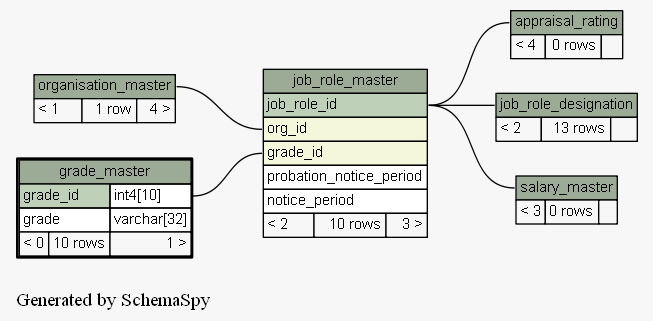
This is docs/database/schemaspy/graphs/grade_master.2degrees.png from engineerscraft/hrms, a Graphviz export, as it was before one commit. Its source is kept beside it as docs/database/schemaspy/graphs/grade_master.2degrees.dot. Its diagram source:
```dot
digraph "twoDegreesRelationshipsGraph" {
  graph [
    rankdir="RL"
    bgcolor="#f7f7f7"
    label="\nGenerated by SchemaSpy"
    labeljust="l"
  ];
  node [
    fontname="Helvetica"
    fontsize="11"
    shape="plaintext"
  ];
  edge [
    arrowsize="0.8"
  ];
  "appraisal_rating":"appraisal_rating.heading":w -> "job_role_master":"job_role_id":e [arrowtail=crowodot arrowhead=none];
  "job_role_designation":"job_role_designation.heading":w -> "job_role_master":"job_role_id":e [arrowtail=crowtee arrowhead=none];
  "job_role_master":"grade_id":w -> "grade_master":"grade_id.type":e [arrowtail=crowtee arrowhead=none];
  "job_role_master":"org_id":w -> "organisation_master":"organisation_master.heading":e [arrowtail=crowtee arrowhead=none];
  "salary_master":"salary_master.heading":w -> "job_role_master":"job_role_id":e [arrowtail=crowtee arrowhead=none];
  "appraisal_rating" [
    label=<
    <TABLE BORDER="0" CELLBORDER="1" CELLSPACING="0" BGCOLOR="#ffffff">
      <TR><TD PORT="appraisal_rating.heading" COLSPAN="3" BGCOLOR="#9bab96" ALIGN="CENTER">appraisal_rating</TD></TR>
      <TR><TD ALIGN="LEFT" BGCOLOR="#f7f7f7">&lt; 4</TD><TD ALIGN="RIGHT" BGCOLOR="#f7f7f7">0 rows</TD><TD ALIGN="RIGHT" BGCOLOR="#f7f7f7">  </TD></TR>
    </TABLE>>
    URL="appraisal_rating.html#graph"
    tooltip="appraisal_rating"
  ];
  "grade_master" [
    label=<
    <TABLE BORDER="2" CELLBORDER="1" CELLSPACING="0" BGCOLOR="#ffffff">
      <TR><TD PORT="grade_master.heading" COLSPAN="3" BGCOLOR="#9bab96" ALIGN="CENTER">grade_master</TD></TR>
      <TR><TD PORT="grade_id" COLSPAN="2" BGCOLOR="#bed1b8" ALIGN="LEFT">grade_id</TD><TD PORT="grade_id.type" ALIGN="LEFT">int4[10]</TD></TR>
      <TR><TD PORT="grade" COLSPAN="2" ALIGN="LEFT">grade</TD><TD PORT="grade.type" ALIGN="LEFT">varchar[32]</TD></TR>
      <TR><TD ALIGN="LEFT" BGCOLOR="#f7f7f7">&lt; 0</TD><TD ALIGN="RIGHT" BGCOLOR="#f7f7f7">10 rows</TD><TD ALIGN="RIGHT" BGCOLOR="#f7f7f7">1 &gt;</TD></TR>
    </TABLE>>
    URL="grade_master.html#"
    tooltip="grade_master"
  ];
  "job_role_designation" [
    label=<
    <TABLE BORDER="0" CELLBORDER="1" CELLSPACING="0" BGCOLOR="#ffffff">
      <TR><TD PORT="job_role_designation.heading" COLSPAN="3" BGCOLOR="#9bab96" ALIGN="CENTER">job_role_designation</TD></TR>
      <TR><TD ALIGN="LEFT" BGCOLOR="#f7f7f7">&lt; 2</TD><TD ALIGN="RIGHT" BGCOLOR="#f7f7f7">13 rows</TD><TD ALIGN="RIGHT" BGCOLOR="#f7f7f7">  </TD></TR>
    </TABLE>>
    URL="job_role_designation.html#graph"
    tooltip="job_role_designation"
  ];
  "job_role_master" [
    label=<
    <TABLE BORDER="0" CELLBORDER="1" CELLSPACING="0" BGCOLOR="#ffffff">
      <TR><TD PORT="job_role_master.heading" COLSPAN="3" BGCOLOR="#9bab96" ALIGN="CENTER">job_role_master</TD></TR>
      <TR><TD PORT="job_role_id" COLSPAN="3" BGCOLOR="#bed1b8" ALIGN="LEFT">job_role_id</TD></TR>
      <TR><TD PORT="org_id" COLSPAN="3" BGCOLOR="#f4f7da" ALIGN="LEFT">org_id</TD></TR>
      <TR><TD PORT="grade_id" COLSPAN="3" BGCOLOR="#f4f7da" ALIGN="LEFT">grade_id</TD></TR>
      <TR><TD PORT="probation_notice_period" COLSPAN="3" ALIGN="LEFT">probation_notice_period</TD></TR>
      <TR><TD PORT="notice_period" COLSPAN="3" ALIGN="LEFT">notice_period</TD></TR>
      <TR><TD ALIGN="LEFT" BGCOLOR="#f7f7f7">&lt; 2</TD><TD ALIGN="RIGHT" BGCOLOR="#f7f7f7">10 rows</TD><TD ALIGN="RIGHT" BGCOLOR="#f7f7f7">3 &gt;</TD></TR>
    </TABLE>>
    URL="job_role_master.html#graph"
    tooltip="job_role_master"
  ];
  "organisation_master" [
    label=<
    <TABLE BORDER="0" CELLBORDER="1" CELLSPACING="0" BGCOLOR="#ffffff">
      <TR><TD PORT="organisation_master.heading" COLSPAN="3" BGCOLOR="#9bab96" ALIGN="CENTER">organisation_master</TD></TR>
      <TR><TD ALIGN="LEFT" BGCOLOR="#f7f7f7">&lt; 1</TD><TD ALIGN="RIGHT" BGCOLOR="#f7f7f7">1 row</TD><TD ALIGN="RIGHT" BGCOLOR="#f7f7f7">4 &gt;</TD></TR>
    </TABLE>>
    URL="organisation_master.html#graph"
    tooltip="organisation_master"
  ];
  "salary_master" [
    label=<
    <TABLE BORDER="0" CELLBORDER="1" CELLSPACING="0" BGCOLOR="#ffffff">
      <TR><TD PORT="salary_master.heading" COLSPAN="3" BGCOLOR="#9bab96" ALIGN="CENTER">salary_master</TD></TR>
      <TR><TD ALIGN="LEFT" BGCOLOR="#f7f7f7">&lt; 3</TD><TD ALIGN="RIGHT" BGCOLOR="#f7f7f7">0 rows</TD><TD ALIGN="RIGHT" BGCOLOR="#f7f7f7">  </TD></TR>
    </TABLE>>
    URL="salary_master.html#graph"
    tooltip="salary_master"
  ];
}
```
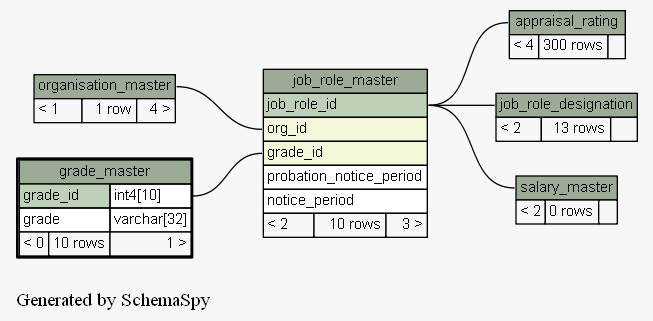
After the change.

Change to the diagram source:
```diff
@@ -22,7 +22,7 @@
     label=<
     <TABLE BORDER="0" CELLBORDER="1" CELLSPACING="0" BGCOLOR="#ffffff">
       <TR><TD PORT="appraisal_rating.heading" COLSPAN="3" BGCOLOR="#9bab96" ALIGN="CENTER">appraisal_rating</TD></TR>
-      <TR><TD ALIGN="LEFT" BGCOLOR="#f7f7f7">&lt; 4</TD><TD ALIGN="RIGHT" BGCOLOR="#f7f7f7">0 rows</TD><TD ALIGN="RIGHT" BGCOLOR="#f7f7f7">  </TD></TR>
+      <TR><TD ALIGN="LEFT" BGCOLOR="#f7f7f7">&lt; 4</TD><TD ALIGN="RIGHT" BGCOLOR="#f7f7f7">300 rows</TD><TD ALIGN="RIGHT" BGCOLOR="#f7f7f7">  </TD></TR>
     </TABLE>>
     URL="appraisal_rating.html#graph"
     tooltip="appraisal_rating"
@@ -74,7 +74,7 @@
     label=<
     <TABLE BORDER="0" CELLBORDER="1" CELLSPACING="0" BGCOLOR="#ffffff">
       <TR><TD PORT="salary_master.heading" COLSPAN="3" BGCOLOR="#9bab96" ALIGN="CENTER">salary_master</TD></TR>
-      <TR><TD ALIGN="LEFT" BGCOLOR="#f7f7f7">&lt; 3</TD><TD ALIGN="RIGHT" BGCOLOR="#f7f7f7">0 rows</TD><TD ALIGN="RIGHT" BGCOLOR="#f7f7f7">  </TD></TR>
+      <TR><TD ALIGN="LEFT" BGCOLOR="#f7f7f7">&lt; 2</TD><TD ALIGN="RIGHT" BGCOLOR="#f7f7f7">0 rows</TD><TD ALIGN="RIGHT" BGCOLOR="#f7f7f7">  </TD></TR>
     </TABLE>>
     URL="salary_master.html#graph"
     tooltip="salary_master"
```
